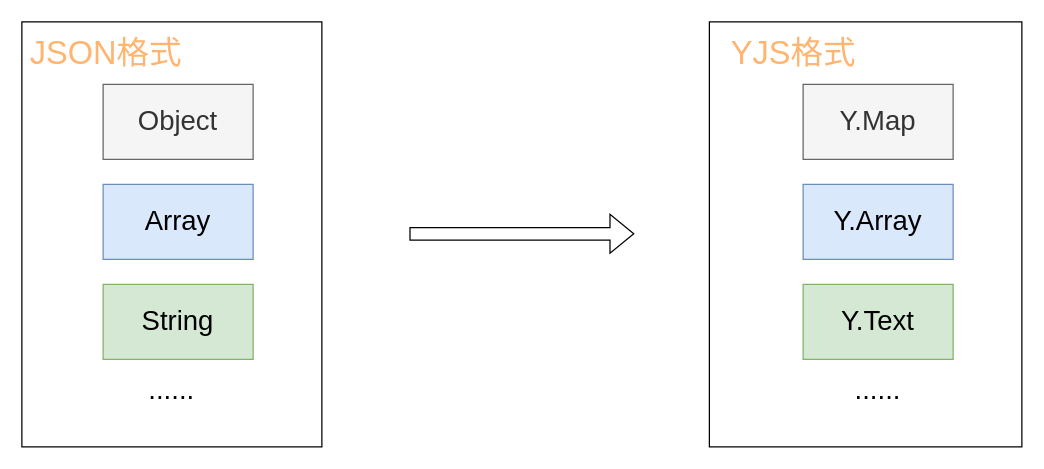
Above: JSON-YJS.drawio in yuxinyu12345/diagrams (draw.io), before the change. Source tidied: cells renumbered, new cells numbered last; positions are measured from the earlier drawing's top-left corner, leaving out a move shared by most shapes. Both pictures are drawn from the tidied source at 125%, with x=0, y=0 at pixel (21, 21).
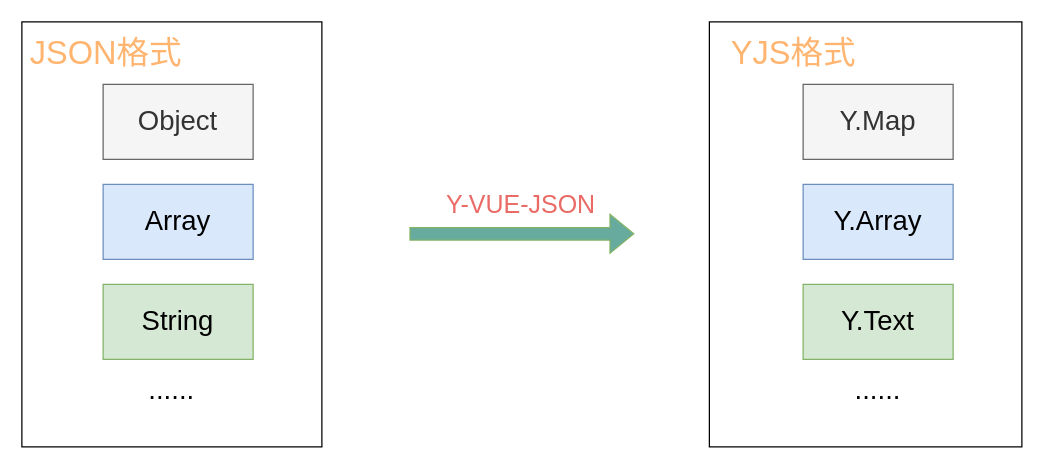
After the change.

The edit, as a diff of the source:
```diff
@@
 <mxGraphModel>
   <root>
     <mxCell id="0" />
     <mxCell id="1" parent="0" />
     <mxCell id="2" style="rounded=0;whiteSpace=wrap;html=1;fontSize=22;" parent="1" vertex="1">
       <mxGeometry width="240" height="340" as="geometry" />
     </mxCell>
     <mxCell id="3" value="Object" style="rounded=0;whiteSpace=wrap;html=1;fillColor=#f5f5f5;fontColor=#333333;strokeColor=#666666;fontSize=22;" parent="1" vertex="1">
       <mxGeometry x="65" y="50" width="120" height="60" as="geometry" />
     </mxCell>
     <mxCell id="4" value="Array" style="rounded=0;whiteSpace=wrap;html=1;fillColor=#dae8fc;strokeColor=#6c8ebf;fontSize=22;" parent="1" vertex="1">
       <mxGeometry x="65" y="130" width="120" height="60" as="geometry" />
     </mxCell>
     <mxCell id="5" value="String" style="rounded=0;whiteSpace=wrap;html=1;fillColor=#d5e8d4;strokeColor=#82b366;fontSize=22;" parent="1" vertex="1">
       <mxGeometry x="65" y="210" width="120" height="60" as="geometry" />
     </mxCell>
     <mxCell id="6" style="rounded=0;whiteSpace=wrap;html=1;fontSize=22;" parent="1" vertex="1">
       <mxGeometry x="550" width="250" height="340" as="geometry" />
     </mxCell>
     <mxCell id="7" value="Y.Map" style="rounded=0;whiteSpace=wrap;html=1;fillColor=#f5f5f5;fontColor=#333333;strokeColor=#666666;fontSize=22;" parent="1" vertex="1">
       <mxGeometry x="625" y="50" width="120" height="60" as="geometry" />
     </mxCell>
     <mxCell id="8" value="Y.Array" style="rounded=0;whiteSpace=wrap;html=1;fillColor=#dae8fc;strokeColor=#6c8ebf;fontSize=22;" parent="1" vertex="1">
       <mxGeometry x="625" y="130" width="120" height="60" as="geometry" />
     </mxCell>
     <mxCell id="9" value="Y.Text" style="rounded=0;whiteSpace=wrap;html=1;fillColor=#d5e8d4;strokeColor=#82b366;fontSize=22;" parent="1" vertex="1">
       <mxGeometry x="625" y="210" width="120" height="60" as="geometry" />
     </mxCell>
     <mxCell id="10" value="......" style="text;html=1;align=center;verticalAlign=middle;whiteSpace=wrap;rounded=0;fontSize=22;" parent="1" vertex="1">
       <mxGeometry x="90" y="280" width="60" height="30" as="geometry" />
     </mxCell>
     <mxCell id="11" value="......" style="text;html=1;align=center;verticalAlign=middle;whiteSpace=wrap;rounded=0;fontSize=22;" parent="1" vertex="1">
       <mxGeometry x="655" y="280" width="60" height="30" as="geometry" />
     </mxCell>
     <mxCell id="12" value="JSON格式" style="text;html=1;align=center;verticalAlign=middle;whiteSpace=wrap;rounded=0;fontSize=26;fontColor=#FFB570;" parent="1" vertex="1">
       <mxGeometry x="5" y="10" width="125" height="30" as="geometry" />
     </mxCell>
     <mxCell id="13" value="YJS格式" style="text;html=1;align=center;verticalAlign=middle;whiteSpace=wrap;rounded=0;fontSize=26;fontColor=#FFB570;" parent="1" vertex="1">
       <mxGeometry x="565" y="10" width="105" height="30" as="geometry" />
     </mxCell>
-    <mxCell id="14" style="shape=flexArrow;endArrow=classic;html=1;rounded=0;fontSize=22;" parent="1" edge="1">
+    <mxCell id="14" style="shape=flexArrow;endArrow=classic;html=1;rounded=0;fontSize=22;labelBackgroundColor=#67AB9F;fontColor=#67AB9F;fillColor=#67AB9F;strokeColor=#82b366;" parent="1" edge="1">
       <mxGeometry relative="1" as="geometry">
         <mxPoint x="310" y="169.5" as="sourcePoint" />
         <mxPoint x="490" y="169.5" as="targetPoint" />
       </mxGeometry>
     </mxCell>
+    <mxCell id="15" value="Y-VUE-JSON" style="text;html=1;align=center;verticalAlign=middle;whiteSpace=wrap;rounded=0;fontSize=20;fontColor=#EA6B66;" parent="1" vertex="1">
+      <mxGeometry x="330" y="130" width="139" height="30" as="geometry" />
+    </mxCell>
   </root>
 </mxGraphModel>
```
